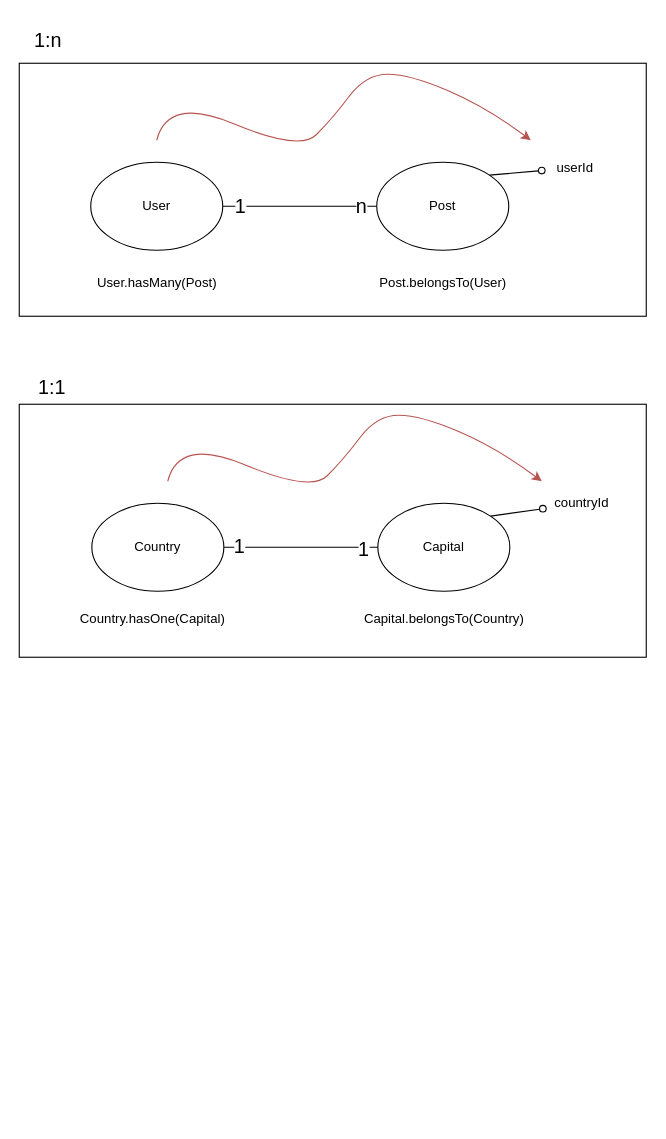
Before: associations.drawio in gabrielbuzzi112/smarket_mvc, a draw.io diagram. Source tidied: cells renumbered, new cells numbered last; positions are measured from the earlier drawing's top-left corner, leaving out a move shared by most shapes. Both pictures are drawn from the tidied source at 110%, with x=0, y=0 at pixel (19, 19).
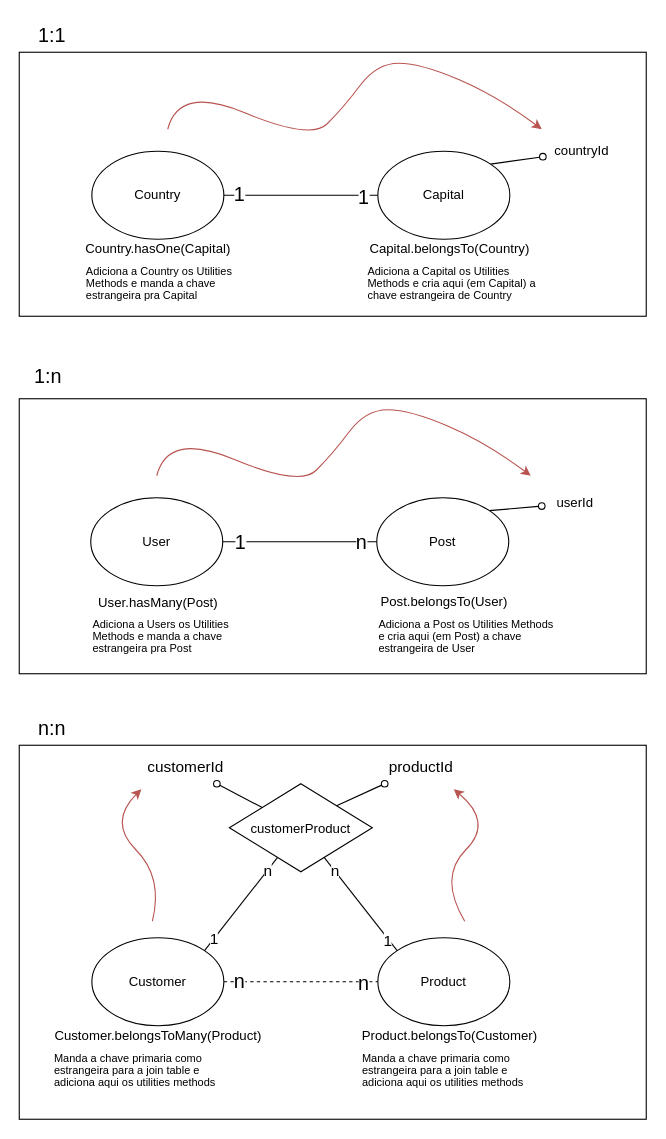
The same page after the edit.

What changed in the source:
```diff
@@
+    <mxCell id="26" style="rounded=0;whiteSpace=wrap;html=1;fillColor=none;" parent="1" vertex="1">
+      <mxGeometry y="660" width="570" height="340" as="geometry" />
+    </mxCell>
     <mxCell id="2" style="rounded=0;whiteSpace=wrap;html=1;fillColor=none;" parent="1" vertex="1">
-      <mxGeometry y="40" width="570" height="230" as="geometry" />
+      <mxGeometry y="345" width="570" height="250" as="geometry" />
     </mxCell>
     <mxCell id="3" style="rounded=0;whiteSpace=wrap;html=1;fillColor=none;" parent="1" vertex="1">
-      <mxGeometry y="350" width="570" height="230" as="geometry" />
+      <mxGeometry y="30" width="570" height="240" as="geometry" />
     </mxCell>
@@
     <mxCell id="7" value="User" style="ellipse;whiteSpace=wrap;html=1;" parent="1" vertex="1">
-      <mxGeometry x="65" y="130" width="120" height="80" as="geometry" />
+      <mxGeometry x="65" y="435" width="120" height="80" as="geometry" />
     </mxCell>
@@
     <mxCell id="9" value="Post" style="ellipse;whiteSpace=wrap;html=1;" parent="1" vertex="1">
-      <mxGeometry x="325" y="130" width="120" height="80" as="geometry" />
+      <mxGeometry x="325" y="435" width="120" height="80" as="geometry" />
     </mxCell>
     <mxCell id="10" value="userId" style="text;html=1;align=center;verticalAlign=middle;points=[];strokeColor=none;fillColor=none;" parent="1" vertex="1">
-      <mxGeometry x="475" y="120" width="60" height="30" as="geometry" />
+      <mxGeometry x="475" y="425" width="60" height="30" as="geometry" />
     </mxCell>
-    <mxCell id="11" value="User.hasMany(Post)" style="text;html=1;align=center;verticalAlign=middle;strokeColor=none;fillColor=none;" parent="1" vertex="1">
-      <mxGeometry x="60" y="225" width="130" height="30" as="geometry" />
+    <mxCell id="11" value="&lt;p style=&quot;line-height: 0%;&quot;&gt;User.hasMany(Post)&lt;/p&gt;" style="text;html=1;align=center;verticalAlign=middle;strokeColor=none;fillColor=none;spacing=0;" parent="1" vertex="1">
+      <mxGeometry x="61" y="515" width="130" height="30" as="geometry" />
     </mxCell>
     <mxCell id="12" value="Post.belongsTo(User)" style="text;html=1;align=center;verticalAlign=middle;strokeColor=none;fillColor=none;" parent="1" vertex="1">
-      <mxGeometry x="315" y="225" width="140" height="30" as="geometry" />
+      <mxGeometry x="316" y="515" width="140" height="30" as="geometry" />
     </mxCell>
     <mxCell id="13" style="curved=1;endArrow=classic;html=1;rounded=0;fillColor=#f8cecc;strokeColor=#b85450;" parent="1" edge="1">
       <mxGeometry relative="1" as="geometry">
-        <mxPoint x="125" y="110" as="sourcePoint" />
-        <mxPoint x="465" y="110" as="targetPoint" />
+        <mxPoint x="125" y="415" as="sourcePoint" />
+        <mxPoint x="465" y="415" as="targetPoint" />
         <Array as="points">
-          <mxPoint x="135" y="70" />
-          <mxPoint x="255" y="120" />
-          <mxPoint x="285" y="90" />
-          <mxPoint x="315" y="50" />
-          <mxPoint x="355" y="50" />
-          <mxPoint x="425" y="80" />
+          <mxPoint x="135" y="375" />
+          <mxPoint x="255" y="425" />
+          <mxPoint x="285" y="395" />
+          <mxPoint x="315" y="355" />
+          <mxPoint x="355" y="355" />
+          <mxPoint x="425" y="385" />
         </Array>
       </mxGeometry>
     </mxCell>
@@
     <mxCell id="17" value="Country" style="ellipse;whiteSpace=wrap;html=1;" parent="1" vertex="1">
-      <mxGeometry x="66" y="440" width="120" height="80" as="geometry" />
+      <mxGeometry x="66" y="120" width="120" height="80" as="geometry" />
     </mxCell>
@@
     <mxCell id="19" value="Capital" style="ellipse;whiteSpace=wrap;html=1;" parent="1" vertex="1">
-      <mxGeometry x="326" y="440" width="120" height="80" as="geometry" />
+      <mxGeometry x="326" y="120" width="120" height="80" as="geometry" />
     </mxCell>
     <mxCell id="20" value="countryId" style="text;html=1;align=center;verticalAlign=middle;points=[];strokeColor=none;fillColor=none;" parent="1" vertex="1">
-      <mxGeometry x="476" y="425" width="70" height="30" as="geometry" />
+      <mxGeometry x="476" y="105" width="70" height="30" as="geometry" />
     </mxCell>
     <mxCell id="21" value="Country.hasOne(Capital)" style="text;html=1;align=center;verticalAlign=middle;strokeColor=none;fillColor=none;" parent="1" vertex="1">
-      <mxGeometry x="41" y="530" width="160" height="30" as="geometry" />
+      <mxGeometry x="46" y="194" width="160" height="30" as="geometry" />
     </mxCell>
     <mxCell id="22" value="Capital.belongsTo(Country)" style="text;html=1;align=center;verticalAlign=middle;strokeColor=none;fillColor=none;" parent="1" vertex="1">
-      <mxGeometry x="301" y="530" width="170" height="30" as="geometry" />
+      <mxGeometry x="306" y="194" width="170" height="30" as="geometry" />
     </mxCell>
     <mxCell id="23" value="&lt;font style=&quot;font-size: 18px;&quot;&gt;1:n&lt;/font&gt;" style="text;html=1;align=center;verticalAlign=middle;strokeColor=none;fillColor=none;" parent="1" vertex="1">
-      <mxGeometry x="1" width="50" height="40" as="geometry" />
+      <mxGeometry x="1" y="305" width="50" height="40" as="geometry" />
     </mxCell>
     <mxCell id="24" value="1:1" style="text;html=1;strokeColor=none;fillColor=none;align=center;verticalAlign=middle;whiteSpace=wrap;rounded=0;fontSize=18;" parent="1" vertex="1">
-      <mxGeometry y="320" width="60" height="30" as="geometry" />
+      <mxGeometry width="60" height="30" as="geometry" />
     </mxCell>
     <mxCell id="25" style="curved=1;endArrow=classic;html=1;rounded=0;fillColor=#f8cecc;strokeColor=#b85450;" parent="1" edge="1">
       <mxGeometry relative="1" as="geometry">
-        <mxPoint x="135" y="420" as="sourcePoint" />
-        <mxPoint x="475" y="420" as="targetPoint" />
+        <mxPoint x="135" y="100" as="sourcePoint" />
+        <mxPoint x="475" y="100" as="targetPoint" />
         <Array as="points">
-          <mxPoint x="145" y="380" />
-          <mxPoint x="265" y="430" />
-          <mxPoint x="295" y="400" />
-          <mxPoint x="325" y="360" />
-          <mxPoint x="365" y="360" />
-          <mxPoint x="435" y="390" />
+          <mxPoint x="145" y="60" />
+          <mxPoint x="265" y="110" />
+          <mxPoint x="295" y="80" />
+          <mxPoint x="325" y="40" />
+          <mxPoint x="365" y="40" />
+          <mxPoint x="435" y="70" />
         </Array>
       </mxGeometry>
     </mxCell>
+    <mxCell id="27" value="&lt;p style=&quot;line-height: 50%;&quot;&gt;&lt;font style=&quot;font-size: 10px;&quot;&gt;Adiciona a Users os Utilities Methods e manda a chave estrangeira pra Post&lt;/font&gt;&lt;/p&gt;" style="text;html=1;strokeColor=none;fillColor=none;align=left;verticalAlign=middle;whiteSpace=wrap;rounded=0;fontSize=18;spacing=1;" parent="1" vertex="1">
+      <mxGeometry x="66" y="545" width="160" height="30" as="geometry" />
+    </mxCell>
+    <mxCell id="28" value="&lt;p style=&quot;line-height: 50%;&quot;&gt;&lt;font style=&quot;font-size: 10px;&quot;&gt;Adiciona a Post os Utilities Methods e cria aqui (em Post) a chave estrangeira de User&lt;/font&gt;&lt;/p&gt;" style="text;html=1;strokeColor=none;fillColor=none;align=left;verticalAlign=middle;whiteSpace=wrap;rounded=0;fontSize=18;spacing=1;" parent="1" vertex="1">
+      <mxGeometry x="326" y="545" width="160" height="30" as="geometry" />
+    </mxCell>
+    <mxCell id="29" value="&lt;p style=&quot;line-height: 50%;&quot;&gt;&lt;font style=&quot;font-size: 10px;&quot;&gt;Adiciona a Country os Utilities Methods e manda a chave estrangeira pra Capital&lt;/font&gt;&lt;/p&gt;" style="text;html=1;strokeColor=none;fillColor=none;align=left;verticalAlign=middle;whiteSpace=wrap;rounded=0;fontSize=18;spacing=1;" parent="1" vertex="1">
+      <mxGeometry x="60" y="224" width="160" height="30" as="geometry" />
+    </mxCell>
+    <mxCell id="30" value="&lt;p style=&quot;line-height: 50%;&quot;&gt;&lt;font style=&quot;font-size: 10px;&quot;&gt;Adiciona a Capital os Utilities Methods e cria aqui (em Capital) a chave estrangeira de Country&lt;/font&gt;&lt;/p&gt;" style="text;html=1;strokeColor=none;fillColor=none;align=left;verticalAlign=middle;whiteSpace=wrap;rounded=0;fontSize=18;spacing=1;" parent="1" vertex="1">
+      <mxGeometry x="316" y="224" width="160" height="30" as="geometry" />
+    </mxCell>
+    <mxCell id="31" style="edgeStyle=none;rounded=0;jettySize=auto;html=1;exitX=1;exitY=0.5;exitDx=0;exitDy=0;entryX=0;entryY=0.5;entryDx=0;entryDy=0;endArrow=none;endFill=0;dashed=1;" parent="1" edge="1" source="37" target="41">
+      <mxGeometry relative="1" as="geometry" />
+    </mxCell>
+    <mxCell id="32" value="n" style="edgeLabel;html=1;align=center;verticalAlign=middle;fontSize=18;" parent="31" vertex="1">
+      <mxGeometry x="-0.82" y="1" relative="1" as="geometry" />
+    </mxCell>
+    <mxCell id="33" value="n" style="edgeLabel;html=1;align=center;verticalAlign=middle;fontSize=18;" parent="31" vertex="1">
+      <mxGeometry x="0.8" y="-1" relative="1" as="geometry" />
+    </mxCell>
+    <mxCell id="34" style="edgeStyle=none;rounded=0;jettySize=auto;html=1;exitX=1;exitY=0;exitDx=0;exitDy=0;fontSize=10;endArrow=none;endFill=0;" parent="1" edge="1" source="37" target="52">
+      <mxGeometry relative="1" as="geometry" />
+    </mxCell>
+    <mxCell id="35" value="&lt;font style=&quot;font-size: 14px;&quot;&gt;n&lt;/font&gt;" style="edgeLabel;html=1;align=center;verticalAlign=middle;fontSize=10;" parent="34" vertex="1">
+      <mxGeometry x="0.73" relative="1" as="geometry" />
+    </mxCell>
+    <mxCell id="36" value="1" style="edgeLabel;html=1;align=center;verticalAlign=middle;fontSize=14;" parent="34" vertex="1">
+      <mxGeometry x="-0.74" y="1" relative="1" as="geometry" />
+    </mxCell>
+    <mxCell id="37" value="Customer" style="ellipse;whiteSpace=wrap;html=1;" parent="1" vertex="1">
+      <mxGeometry x="66" y="835" width="120" height="80" as="geometry" />
+    </mxCell>
+    <mxCell id="38" style="edgeStyle=none;rounded=0;jettySize=auto;html=1;exitX=0;exitY=0;exitDx=0;exitDy=0;fontSize=10;endArrow=none;endFill=0;" parent="1" edge="1" source="41" target="52">
+      <mxGeometry relative="1" as="geometry" />
+    </mxCell>
+    <mxCell id="39" value="n" style="edgeLabel;html=1;align=center;verticalAlign=middle;fontSize=14;" parent="38" vertex="1">
+      <mxGeometry x="0.72" relative="1" as="geometry" />
+    </mxCell>
+    <mxCell id="40" value="1" style="edgeLabel;html=1;align=center;verticalAlign=middle;fontSize=14;" parent="38" vertex="1">
+      <mxGeometry x="-0.75" y="1" relative="1" as="geometry" />
+    </mxCell>
+    <mxCell id="41" value="Product" style="ellipse;whiteSpace=wrap;html=1;" parent="1" vertex="1">
+      <mxGeometry x="326" y="835" width="120" height="80" as="geometry" />
+    </mxCell>
+    <mxCell id="42" value="Customer.belongsToMany(Product)" style="text;html=1;align=center;verticalAlign=middle;strokeColor=none;fillColor=none;" parent="1" vertex="1">
+      <mxGeometry x="21" y="909" width="210" height="30" as="geometry" />
+    </mxCell>
+    <mxCell id="43" value="Product.belongsTo(Customer)" style="text;html=1;align=center;verticalAlign=middle;strokeColor=none;fillColor=none;" parent="1" vertex="1">
+      <mxGeometry x="301" y="909" width="180" height="30" as="geometry" />
+    </mxCell>
+    <mxCell id="44" value="n:n" style="text;html=1;strokeColor=none;fillColor=none;align=center;verticalAlign=middle;whiteSpace=wrap;rounded=0;fontSize=18;" parent="1" vertex="1">
+      <mxGeometry y="630" width="60" height="30" as="geometry" />
+    </mxCell>
+    <mxCell id="45" value="&lt;p style=&quot;line-height: 50%;&quot;&gt;&lt;span style=&quot;font-size: 10px;&quot;&gt;Manda a chave primaria como estrangeira para a join table e adiciona aqui os utilities methods&lt;/span&gt;&lt;/p&gt;" style="text;html=1;strokeColor=none;fillColor=none;align=left;verticalAlign=middle;whiteSpace=wrap;rounded=0;fontSize=18;spacing=1;" parent="1" vertex="1">
+      <mxGeometry x="31" y="939" width="160" height="30" as="geometry" />
+    </mxCell>
+    <mxCell id="46" style="edgeStyle=none;rounded=0;jettySize=auto;html=1;fontSize=14;endArrow=oval;endFill=0;" parent="1" edge="1" source="52" target="48">
+      <mxGeometry relative="1" as="geometry" />
+    </mxCell>
+    <mxCell id="47" style="edgeStyle=none;rounded=0;jettySize=auto;html=1;exitX=1;exitY=0;exitDx=0;exitDy=0;fontSize=14;endArrow=oval;endFill=0;" parent="1" edge="1" source="52" target="49">
+      <mxGeometry relative="1" as="geometry" />
+    </mxCell>
+    <mxCell id="48" value="customerId" style="text;html=1;align=center;verticalAlign=middle;points=[];strokeColor=none;fillColor=none;fontSize=14;" parent="1" vertex="1">
+      <mxGeometry x="106" y="665" width="90" height="30" as="geometry" />
+    </mxCell>
+    <mxCell id="49" value="productId" style="text;html=1;align=center;verticalAlign=middle;points=[];strokeColor=none;fillColor=none;fontSize=14;" parent="1" vertex="1">
+      <mxGeometry x="325" y="665" width="80" height="30" as="geometry" />
+    </mxCell>
+    <mxCell id="50" style="curved=1;endArrow=classic;html=1;rounded=0;fontSize=14;fillColor=#f8cecc;strokeColor=#b85450;" parent="1" edge="1">
+      <mxGeometry relative="1" as="geometry">
+        <mxPoint x="121" y="820" as="sourcePoint" />
+        <mxPoint x="111" y="700" as="targetPoint" />
+        <Array as="points">
+          <mxPoint x="131" y="780" />
+          <mxPoint x="81" y="730" />
+        </Array>
+      </mxGeometry>
+    </mxCell>
+    <mxCell id="51" style="curved=1;endArrow=classic;html=1;rounded=0;fontSize=14;fillColor=#f8cecc;strokeColor=#b85450;" parent="1" edge="1">
+      <mxGeometry relative="1" as="geometry">
+        <mxPoint x="405" y="820" as="sourcePoint" />
+        <mxPoint x="395" y="700" as="targetPoint" />
+        <Array as="points">
+          <mxPoint x="381" y="780" />
+          <mxPoint x="431" y="730" />
+        </Array>
+      </mxGeometry>
+    </mxCell>
+    <mxCell id="52" value="&lt;font style=&quot;font-size: 12px;&quot;&gt;customerProduct&lt;/font&gt;" style="rhombus;whiteSpace=wrap;html=1;fontSize=14;fillColor=none;" parent="1" vertex="1">
+      <mxGeometry x="191" y="695" width="130" height="80" as="geometry" />
+    </mxCell>
+    <mxCell id="53" value="&lt;p style=&quot;line-height: 50%;&quot;&gt;&lt;span style=&quot;font-size: 10px;&quot;&gt;Manda a chave primaria como estrangeira para a join table e adiciona aqui os utilities methods&lt;/span&gt;&lt;/p&gt;" style="text;html=1;strokeColor=none;fillColor=none;align=left;verticalAlign=middle;whiteSpace=wrap;rounded=0;fontSize=18;spacing=1;" parent="1" vertex="1">
+      <mxGeometry x="311" y="939" width="160" height="30" as="geometry" />
+    </mxCell>
```
